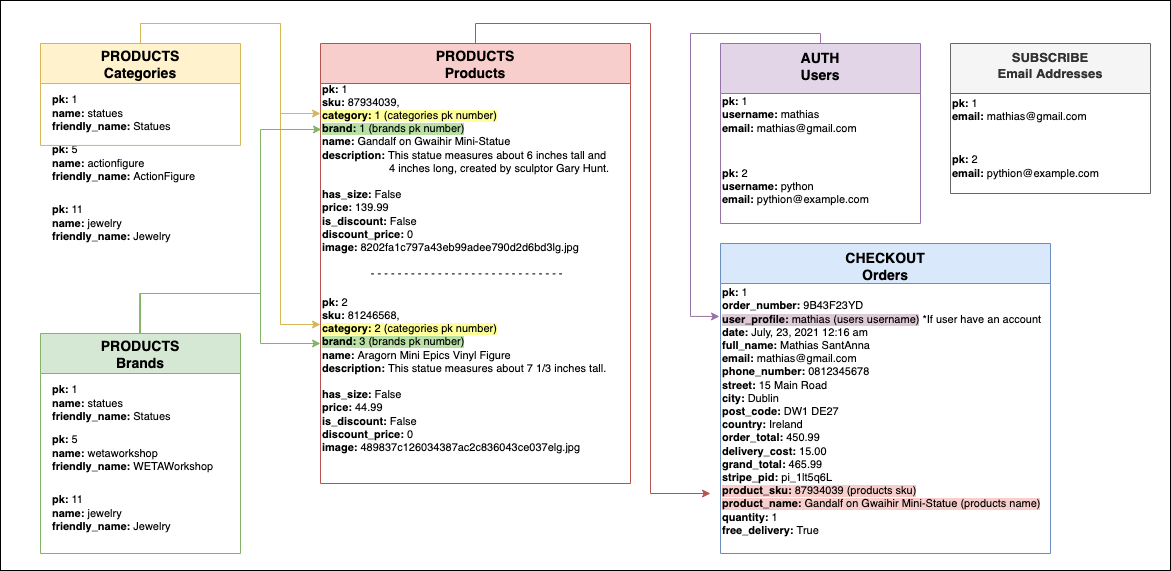
Before: readme/ux/back-end-chart.png, a diagram exported from draw.io (Mathias-SantAnna/lotr-collectibles). Source tidied: cells renumbered, new cells last; positions are measured from the earlier drawing's top-left corner, leaving out a move shared by most shapes. Its diagram source:
```xml
<mxGraphModel>
  <root>
    <mxCell id="0" />
    <mxCell id="1" parent="0" />
    <mxCell id="2" style="whiteSpace=wrap;html=1;rounded=0;glass=0;fontFamily=Verdana;fontSize=12;align=left;verticalAlign=top;" parent="1" vertex="1">
      <mxGeometry width="1170" height="570" as="geometry" />
    </mxCell>
    <mxCell id="3" style="group;" parent="1" vertex="1">
      <mxGeometry x="40" y="43" width="200" height="220" as="geometry" />
    </mxCell>
    <mxCell id="4" value="&lt;b&gt;pk:&lt;/b&gt; 11&lt;br&gt;&lt;div&gt;&lt;b&gt;name:&lt;/b&gt; jewelry &lt;/div&gt;&lt;div&gt;&lt;b&gt;friendly_name:&lt;/b&gt; Jewelry &lt;/div&gt;" style="text;html=1;align=left;verticalAlign=middle;strokeColor=none;fillColor=none;fontSize=11;" parent="3" vertex="1">
      <mxGeometry x="10" y="160" width="130" height="40" as="geometry" />
    </mxCell>
    <mxCell id="5" value="&lt;b&gt;pk:&lt;/b&gt; 5&lt;br&gt;&lt;div&gt;&lt;b&gt;name:&lt;/b&gt; actionfigure&lt;br&gt;&lt;/div&gt;&lt;div&gt;&lt;b&gt;friendly_name:&lt;/b&gt; ActionFigure&lt;br&gt;&lt;/div&gt;" style="text;html=1;align=left;verticalAlign=middle;strokeColor=none;fillColor=none;fontSize=11;" parent="3" vertex="1">
      <mxGeometry x="10" y="100" width="160" height="40" as="geometry" />
    </mxCell>
    <mxCell id="6" value="&lt;b&gt;pk:&lt;/b&gt; 1&lt;br&gt;&lt;div&gt;&lt;b&gt;name:&lt;/b&gt; statues&lt;/div&gt;&lt;div&gt;&lt;b&gt;friendly_name:&lt;/b&gt; Statues&lt;br&gt;&lt;/div&gt;" style="text;html=1;align=left;verticalAlign=middle;strokeColor=none;fillColor=none;fontSize=11;" parent="3" vertex="1">
      <mxGeometry x="10" y="50" width="130" height="40" as="geometry" />
    </mxCell>
    <mxCell id="7" value="PRODUCTS&#10;Categories" style="swimlane;fontStyle=1;horizontal=1;startSize=40;align=center;fontSize=14;fillColor=#fff2cc;strokeColor=#d6b656;" parent="3" vertex="1">
      <mxGeometry width="200" height="101.9" as="geometry" />
    </mxCell>
    <mxCell id="8" style="group;" parent="1" vertex="1">
      <mxGeometry x="40" y="333" width="200" height="220" as="geometry" />
    </mxCell>
    <mxCell id="9" value="&lt;b&gt;pk:&lt;/b&gt; 11&lt;br&gt;&lt;div&gt;&lt;b&gt;name:&lt;/b&gt; jewelry &lt;/div&gt;&lt;div&gt;&lt;b&gt;friendly_name:&lt;/b&gt; Jewelry &lt;/div&gt;" style="text;html=1;align=left;verticalAlign=middle;strokeColor=none;fillColor=none;fontSize=11;" parent="8" vertex="1">
      <mxGeometry x="10" y="160" width="130" height="40" as="geometry" />
    </mxCell>
    <mxCell id="10" value="&lt;b&gt;pk:&lt;/b&gt; 5&lt;br&gt;&lt;div&gt;&lt;b&gt;name:&lt;/b&gt; wetaworkshop&lt;br&gt;&lt;/div&gt;&lt;div&gt;&lt;b&gt;friendly_name:&lt;/b&gt; WETAWorkshop&lt;br&gt;&lt;/div&gt;" style="text;html=1;align=left;verticalAlign=middle;strokeColor=none;fillColor=none;fontSize=11;" parent="8" vertex="1">
      <mxGeometry x="10" y="100" width="180" height="40" as="geometry" />
    </mxCell>
    <mxCell id="11" value="&lt;b&gt;pk:&lt;/b&gt; 1&lt;br&gt;&lt;div&gt;&lt;b&gt;name:&lt;/b&gt; statues&lt;/div&gt;&lt;div&gt;&lt;b&gt;friendly_name:&lt;/b&gt; Statues&lt;br&gt;&lt;/div&gt;" style="text;html=1;align=left;verticalAlign=middle;strokeColor=none;fillColor=none;fontSize=11;" parent="8" vertex="1">
      <mxGeometry x="10" y="50" width="130" height="40" as="geometry" />
    </mxCell>
    <mxCell id="12" value="PRODUCTS&#10;Brands" style="swimlane;fontStyle=1;horizontal=1;startSize=40;align=center;fontSize=14;fillColor=#d5e8d4;strokeColor=#82b366;" parent="8" vertex="1">
      <mxGeometry width="200" height="220" as="geometry" />
    </mxCell>
    <mxCell id="13" style="group;" parent="1" vertex="1">
      <mxGeometry x="320" y="43" width="310" height="450" as="geometry" />
    </mxCell>
    <mxCell id="14" value="PRODUCTS&#10;Products" style="swimlane;fontStyle=1;horizontal=1;startSize=40;align=center;fontSize=14;fillColor=#f8cecc;strokeColor=#b85450;" parent="13" vertex="1">
      <mxGeometry width="310" height="440" as="geometry" />
    </mxCell>
    <mxCell id="15" value="&lt;b&gt;pk:&lt;/b&gt; 1&lt;br&gt;&lt;div&gt;&lt;b&gt;sku:&lt;/b&gt; 87934039,&lt;/div&gt;&lt;div&gt;&lt;span style=&quot;background-color: rgb(255 , 255 , 153)&quot;&gt;&lt;b&gt;category:&lt;/b&gt; 1 (categories pk number)&lt;/span&gt;&lt;/div&gt;&lt;div&gt;&lt;span style=&quot;background-color: rgb(185 , 224 , 165)&quot;&gt;&lt;b&gt;brand:&lt;/b&gt; 1 (brands pk number)&lt;/span&gt;&lt;/div&gt;&lt;div&gt;&lt;b&gt;name:&lt;/b&gt; Gandalf on Gwaihir Mini-Statue&lt;/div&gt;&lt;div&gt;&lt;b&gt;description:&lt;/b&gt; This statue measures about 6 inches tall and&lt;/div&gt;&lt;div&gt;&lt;span&gt;&#9;&lt;/span&gt;&lt;span&gt;&#9;&lt;/span&gt;&lt;span&gt;&lt;span&gt;      &lt;span style=&quot;white-space: pre&quot;&gt;&#9;&lt;/span&gt;&lt;span style=&quot;white-space: pre&quot;&gt;&#9;&lt;/span&gt;&lt;span style=&quot;white-space: pre&quot;&gt;      &lt;/span&gt;4 inches long, created by sculptor Gary Hunt.&lt;/span&gt;&lt;/span&gt;&lt;/div&gt;&lt;div&gt;&lt;span&gt;&lt;span&gt;&lt;b&gt;&lt;br&gt;&lt;/b&gt;&lt;/span&gt;&lt;/span&gt;&lt;/div&gt;&lt;div&gt;&lt;span&gt;&lt;span&gt;&lt;b&gt;has_size:&lt;/b&gt; False&lt;/span&gt;&lt;/span&gt;&lt;/div&gt;&lt;div&gt;&lt;span&gt;&lt;span&gt;&lt;b&gt;price:&lt;/b&gt; 139.99&lt;/span&gt;&lt;/span&gt;&lt;/div&gt;&lt;div&gt;&lt;span&gt;&lt;span&gt;&lt;b&gt;is_discount:&lt;/b&gt; False&lt;/span&gt;&lt;/span&gt;&lt;/div&gt;&lt;div&gt;&lt;span&gt;&lt;span&gt;&lt;b&gt;discount_price:&lt;/b&gt; 0&lt;/span&gt;&lt;/span&gt;&lt;/div&gt;&lt;div&gt;&lt;span&gt;&lt;span&gt;&lt;b&gt;image:&lt;/b&gt; 8202fa1c797a43eb99adee790d2d6bd3lg.jpg&lt;br&gt;&lt;/span&gt;&lt;/span&gt;&lt;/div&gt;&lt;div&gt;&lt;span&gt;&lt;span&gt;&lt;br&gt;&lt;/span&gt;&lt;/span&gt;&lt;/div&gt;&lt;div&gt;&amp;nbsp;&amp;nbsp;&amp;nbsp;&amp;nbsp;&amp;nbsp;&amp;nbsp;&amp;nbsp;&amp;nbsp;&amp;nbsp;&amp;nbsp;&amp;nbsp;&amp;nbsp;&amp;nbsp;&amp;nbsp;&amp;nbsp; - - - - - - - - - - - - - - - - - - - - - - - - - - - - -&lt;/div&gt;&lt;div&gt;&lt;br&gt;&lt;/div&gt;" style="text;html=1;align=left;verticalAlign=middle;points=[];strokeColor=none;fillColor=none;fontSize=11;rounded=0;glass=0;" parent="14" vertex="1">
      <mxGeometry y="40" width="310" height="210" as="geometry" />
    </mxCell>
    <mxCell id="16" value="&lt;b&gt;pk:&lt;/b&gt; 2&lt;br&gt;&lt;div&gt;&lt;b&gt;sku:&lt;/b&gt; 81246568,&lt;/div&gt;&lt;div&gt;&lt;span style=&quot;background-color: rgb(255 , 255 , 153)&quot;&gt;&lt;b&gt;category:&lt;/b&gt; 2 (categories pk number)&lt;/span&gt;&lt;/div&gt;&lt;div&gt;&lt;span style=&quot;background-color: rgb(185 , 224 , 165)&quot;&gt;&lt;b&gt;brand:&lt;/b&gt; 3 (brands pk number)&lt;/span&gt;&lt;/div&gt;&lt;div&gt;&lt;b&gt;name:&lt;/b&gt; Aragorn Mini Epics Vinyl Figure&lt;br&gt;&lt;/div&gt;&lt;div&gt;&lt;b&gt;description:&lt;/b&gt; This statue measures about 7 1/3 inches tall&lt;span&gt;&lt;span&gt;.&lt;/span&gt;&lt;/span&gt;&lt;/div&gt;&lt;div&gt;&lt;span&gt;&lt;span&gt;&lt;b&gt;&lt;br&gt;&lt;/b&gt;&lt;/span&gt;&lt;/span&gt;&lt;/div&gt;&lt;div&gt;&lt;span&gt;&lt;span&gt;&lt;b&gt;has_size:&lt;/b&gt; False&lt;/span&gt;&lt;/span&gt;&lt;/div&gt;&lt;div&gt;&lt;span&gt;&lt;span&gt;&lt;b&gt;price:&lt;/b&gt; 44.99&lt;/span&gt;&lt;/span&gt;&lt;/div&gt;&lt;div&gt;&lt;span&gt;&lt;span&gt;&lt;b&gt;is_discount:&lt;/b&gt; False&lt;/span&gt;&lt;/span&gt;&lt;/div&gt;&lt;div&gt;&lt;span&gt;&lt;span&gt;&lt;b&gt;discount_price:&lt;/b&gt; 0&lt;/span&gt;&lt;/span&gt;&lt;/div&gt;&lt;div&gt;&lt;span&gt;&lt;span&gt;&lt;b&gt;image:&lt;/b&gt; 489837c126034387ac2c836043ce037elg.jpg&lt;br&gt;&lt;/span&gt;&lt;/span&gt;&lt;/div&gt;&lt;div&gt;&lt;span&gt;&lt;span&gt;&lt;br&gt;&lt;/span&gt;&lt;/span&gt;&lt;/div&gt;&lt;div&gt;&lt;span&gt;&lt;span&gt;&lt;br&gt;&lt;/span&gt;&lt;/span&gt;&lt;/div&gt;" style="text;html=1;align=left;verticalAlign=middle;strokeColor=none;fillColor=none;fontSize=11;rounded=0;glass=0;" parent="14" vertex="1">
      <mxGeometry y="250" width="310" height="190" as="geometry" />
    </mxCell>
    <mxCell id="17" style="edgeStyle=orthogonalEdgeStyle;rounded=0;orthogonalLoop=1;jettySize=auto;html=1;fontSize=11;fillColor=#fff2cc;strokeColor=#d6b656;" parent="1" edge="1">
      <mxGeometry relative="1" as="geometry">
        <mxPoint x="140" y="43" as="sourcePoint" />
        <mxPoint x="320" y="324" as="targetPoint" />
        <Array as="points">
          <mxPoint x="140" y="23" />
          <mxPoint x="280" y="23" />
          <mxPoint x="280" y="324" />
        </Array>
      </mxGeometry>
    </mxCell>
    <mxCell id="18" style="edgeStyle=orthogonalEdgeStyle;rounded=0;jettySize=auto;html=1;fontSize=11;entryX=0.003;entryY=0.219;entryDx=0;entryDy=0;entryPerimeter=0;exitX=0.5;exitY=0;exitDx=0;exitDy=0;fillColor=#d5e8d4;strokeColor=#82b366;" parent="1" edge="1" source="12" target="15">
      <mxGeometry relative="1" as="geometry">
        <Array as="points">
          <mxPoint x="140" y="293" />
          <mxPoint x="260" y="293" />
          <mxPoint x="260" y="129" />
        </Array>
      </mxGeometry>
    </mxCell>
    <mxCell id="19" style="edgeStyle=orthogonalEdgeStyle;rounded=0;orthogonalLoop=1;jettySize=auto;html=1;fontSize=11;exitX=0.5;exitY=0;exitDx=0;exitDy=0;fillColor=#d5e8d4;strokeColor=#82b366;" parent="1" edge="1">
      <mxGeometry relative="1" as="geometry">
        <mxPoint x="139.1" y="333" as="sourcePoint" />
        <mxPoint x="320" y="343" as="targetPoint" />
        <Array as="points">
          <mxPoint x="139" y="293" />
          <mxPoint x="260" y="293" />
          <mxPoint x="260" y="343" />
        </Array>
      </mxGeometry>
    </mxCell>
    <mxCell id="20" style="edgeStyle=orthogonalEdgeStyle;rounded=0;jettySize=auto;html=1;fontSize=11;entryX=-0.003;entryY=0.122;entryDx=0;entryDy=0;entryPerimeter=0;exitX=0.5;exitY=0;exitDx=0;exitDy=0;fillColor=#e1d5e7;strokeColor=#9673a6;" parent="1" edge="1" source="21" target="25">
      <mxGeometry relative="1" as="geometry">
        <Array as="points">
          <mxPoint x="820" y="33" />
          <mxPoint x="690" y="33" />
          <mxPoint x="690" y="316" />
        </Array>
      </mxGeometry>
    </mxCell>
    <mxCell id="21" value="AUTH&#10;Users&#10;" style="swimlane;fontStyle=1;horizontal=1;startSize=50;align=center;fontSize=14;rounded=0;glass=0;fillColor=#e1d5e7;strokeColor=#9673a6;verticalAlign=top;" parent="1" vertex="1">
      <mxGeometry x="720" y="43" width="200" height="180" as="geometry" />
    </mxCell>
    <mxCell id="22" value="&lt;div&gt;&lt;b&gt;pk:&lt;/b&gt; 1&lt;/div&gt;&lt;div&gt;&lt;b&gt;username:&lt;/b&gt; mathias&lt;/div&gt;&lt;div&gt;&lt;b&gt;email:&lt;/b&gt; mathias@gmail.com&lt;/div&gt;&lt;div&gt;&lt;br&gt;&lt;/div&gt;&lt;div&gt;&lt;br&gt;&lt;/div&gt;" style="text;html=1;align=left;verticalAlign=middle;strokeColor=none;fillColor=none;fontSize=11;" parent="21" vertex="1">
      <mxGeometry y="50" width="200" height="70" as="geometry" />
    </mxCell>
    <mxCell id="23" value="&lt;div&gt;&lt;b&gt;pk:&lt;/b&gt; 2&lt;br&gt;&lt;/div&gt;&lt;div&gt;&lt;b&gt;username:&lt;/b&gt; python&lt;/div&gt;&lt;div&gt;&lt;b&gt;email:&lt;/b&gt; pythion@example.com&lt;/div&gt;&lt;div&gt;&lt;br&gt;&lt;/div&gt;" style="text;html=1;align=left;verticalAlign=middle;strokeColor=none;fillColor=none;fontSize=11;" parent="21" vertex="1">
      <mxGeometry y="120" width="200" height="60" as="geometry" />
    </mxCell>
    <mxCell id="24" value="CHECKOUT&#10;Orders&#10;" style="swimlane;fontStyle=1;horizontal=1;startSize=40;align=center;fontSize=14;fillColor=#dae8fc;strokeColor=#6c8ebf;verticalAlign=top;" parent="1" vertex="1">
      <mxGeometry x="720" y="243" width="330" height="310" as="geometry" />
    </mxCell>
    <mxCell id="25" value="&lt;div&gt;&lt;b&gt;pk:&lt;/b&gt; 1&lt;/div&gt;&lt;div&gt;&lt;div&gt;&lt;span&gt;&lt;span&gt;&lt;b&gt;order_number:&lt;/b&gt; 9B43F23YD&lt;/span&gt;&lt;/span&gt;&lt;/div&gt;&lt;div&gt;&lt;span&gt;&lt;span&gt;&lt;span style=&quot;background-color: rgb(222 , 201 , 214)&quot;&gt;&lt;b&gt;user_profile:&lt;/b&gt; mathias (users username)&lt;/span&gt; *If user have an account&lt;br&gt;&lt;/span&gt;&lt;/span&gt;&lt;/div&gt;&lt;div&gt;&lt;span&gt;&lt;span&gt;&lt;b&gt;date:&lt;/b&gt; July, 23, 2021 12:16 am&lt;br&gt;&lt;/span&gt;&lt;/span&gt;&lt;/div&gt;&lt;div&gt;&lt;span&gt;&lt;span&gt;&lt;b&gt;full_name:&lt;/b&gt; Mathias SantAnna&lt;br&gt;&lt;/span&gt;&lt;/span&gt;&lt;/div&gt;&lt;span&gt;&lt;span&gt;&lt;b&gt;email:&lt;/b&gt; mathias@gmail.com&lt;/span&gt;&lt;/span&gt;&lt;/div&gt;&lt;div&gt;&lt;span&gt;&lt;span&gt;&lt;b&gt;phone_number:&lt;/b&gt; 0812345678&lt;br&gt;&lt;/span&gt;&lt;/span&gt;&lt;/div&gt;&lt;div&gt;&lt;span&gt;&lt;span&gt;&lt;b&gt;street: &lt;/b&gt;15 Main Road&lt;/span&gt;&lt;/span&gt;&lt;/div&gt;&lt;div&gt;&lt;span&gt;&lt;span&gt;&lt;b&gt;city:&lt;/b&gt; Dublin&lt;/span&gt;&lt;/span&gt;&lt;/div&gt;&lt;div&gt;&lt;span&gt;&lt;span&gt;&lt;b&gt;post_code:&lt;/b&gt; DW1 DE27&lt;br&gt;&lt;/span&gt;&lt;/span&gt;&lt;/div&gt;&lt;div&gt;&lt;span&gt;&lt;span&gt;&lt;b&gt;country:&lt;/b&gt; Ireland&lt;/span&gt;&lt;/span&gt;&lt;/div&gt;&lt;div&gt;&lt;span&gt;&lt;span&gt;&lt;b&gt;order_total:&lt;/b&gt; 450.99&lt;/span&gt;&lt;/span&gt;&lt;/div&gt;&lt;div&gt;&lt;span&gt;&lt;span&gt;&lt;b&gt;delivery_cost:&lt;/b&gt; 15.00&lt;/span&gt;&lt;/span&gt;&lt;/div&gt;&lt;div&gt;&lt;span&gt;&lt;span&gt;&lt;b&gt;grand_total:&lt;/b&gt; 465.99&lt;/span&gt;&lt;/span&gt;&lt;/div&gt;&lt;div&gt;&lt;span&gt;&lt;span&gt;&lt;b&gt;stripe_pid:&lt;/b&gt; pi_1lt5q6L&lt;br&gt;&lt;/span&gt;&lt;/span&gt;&lt;/div&gt;&lt;div&gt;&lt;span style=&quot;background-color: rgb(248 , 206 , 204)&quot;&gt;&lt;b&gt;product_sku:&lt;/b&gt; 87934039 (products sku)&lt;br&gt;&lt;/span&gt;&lt;/div&gt;&lt;div&gt;&lt;span style=&quot;background-color: rgb(248 , 206 , 204)&quot;&gt;&lt;b&gt;product_name:&lt;/b&gt; Gandalf on Gwaihir Mini-Statue (products name)&lt;/span&gt;&lt;br&gt;&lt;/div&gt;&lt;div&gt;&lt;b&gt;quantity: &lt;/b&gt;1&lt;/div&gt;&lt;div&gt;&lt;b&gt;free_delivery:&lt;/b&gt; True&lt;br&gt;&lt;/div&gt;&lt;div&gt;&lt;br&gt;&lt;/div&gt;" style="text;html=1;align=left;verticalAlign=middle;points=[];strokeColor=none;fillColor=none;fontSize=11;rounded=0;glass=0;" parent="24" vertex="1">
      <mxGeometry y="40" width="330" height="270" as="geometry" />
    </mxCell>
    <mxCell id="26" style="edgeStyle=orthogonalEdgeStyle;rounded=0;jettySize=auto;html=1;fontSize=11;fillColor=#f8cecc;strokeColor=#b85450;exitX=0.5;exitY=0;exitDx=0;exitDy=0;" parent="1" edge="1" source="14">
      <mxGeometry relative="1" as="geometry">
        <mxPoint x="710" y="493" as="targetPoint" />
        <Array as="points">
          <mxPoint x="475" y="23" />
          <mxPoint x="650" y="23" />
          <mxPoint x="650" y="493" />
        </Array>
      </mxGeometry>
    </mxCell>
    <mxCell id="27" value="SUBSCRIBE&#10;Email Addresses&#10;" style="swimlane;fontStyle=1;horizontal=1;startSize=50;align=center;fontSize=13;rounded=0;glass=0;fillColor=#f5f5f5;strokeColor=#666666;verticalAlign=top;fontColor=#333333;" parent="1" vertex="1">
      <mxGeometry x="950" y="43" width="200" height="150" as="geometry" />
    </mxCell>
    <mxCell id="28" value="&lt;div&gt;&lt;b&gt;pk:&lt;/b&gt; 1&lt;/div&gt;&lt;div&gt;&lt;b&gt;email:&lt;/b&gt; mathias@gmail.com&lt;/div&gt;&lt;div&gt;&lt;br&gt;&lt;/div&gt;&lt;div&gt;&lt;br&gt;&lt;/div&gt;" style="text;html=1;align=left;verticalAlign=middle;strokeColor=none;fillColor=none;fontSize=11;" parent="27" vertex="1">
      <mxGeometry y="50" width="200" height="60" as="geometry" />
    </mxCell>
    <mxCell id="29" value="&lt;div&gt;&lt;b&gt;pk:&lt;/b&gt; 2&lt;br&gt;&lt;/div&gt;&lt;div&gt;&lt;b&gt;email:&lt;/b&gt; pythion@example.com&lt;/div&gt;&lt;div&gt;&lt;br&gt;&lt;/div&gt;" style="text;html=1;align=left;verticalAlign=middle;strokeColor=none;fillColor=none;fontSize=11;" parent="27" vertex="1">
      <mxGeometry y="110" width="200" height="40" as="geometry" />
    </mxCell>
    <mxCell id="30" style="edgeStyle=orthogonalEdgeStyle;rounded=0;orthogonalLoop=1;jettySize=auto;html=1;fontSize=11;fillColor=#fff2cc;strokeColor=#d6b656;" parent="1" edge="1">
      <mxGeometry relative="1" as="geometry">
        <mxPoint x="140" y="43" as="sourcePoint" />
        <mxPoint x="320" y="113" as="targetPoint" />
        <Array as="points">
          <mxPoint x="140" y="23" />
          <mxPoint x="280" y="23" />
          <mxPoint x="280" y="113" />
        </Array>
      </mxGeometry>
    </mxCell>
  </root>
</mxGraphModel>
```
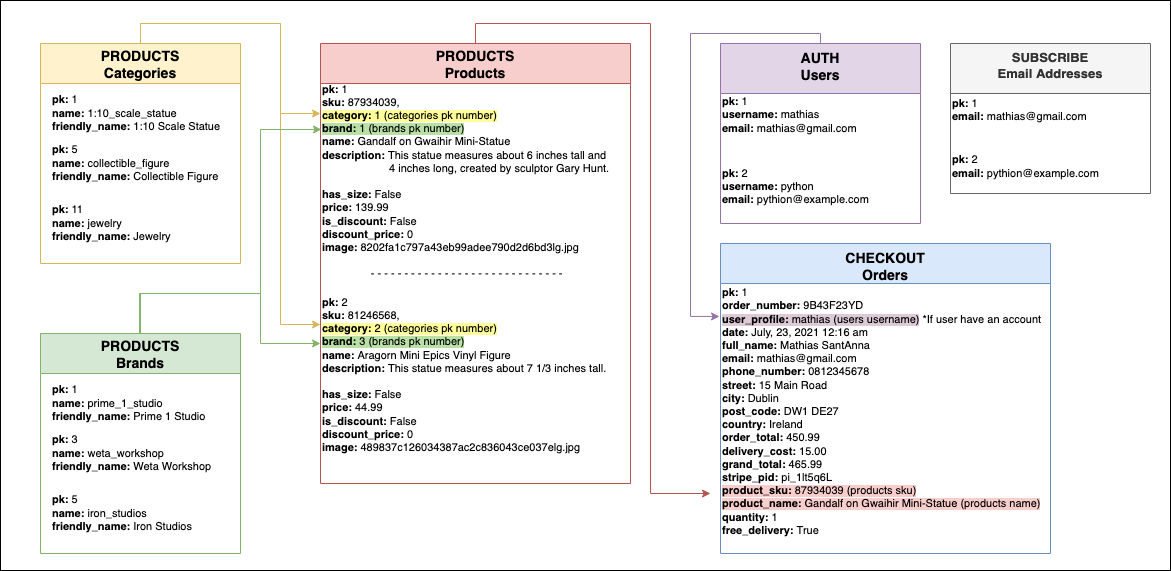
Later version of the same file.

The edit, as a diff of the source:
```diff
@@ -11,26 +11,26 @@
     <mxCell id="4" value="&lt;b&gt;pk:&lt;/b&gt; 11&lt;br&gt;&lt;div&gt;&lt;b&gt;name:&lt;/b&gt; jewelry &lt;/div&gt;&lt;div&gt;&lt;b&gt;friendly_name:&lt;/b&gt; Jewelry &lt;/div&gt;" style="text;html=1;align=left;verticalAlign=middle;strokeColor=none;fillColor=none;fontSize=11;" parent="3" vertex="1">
       <mxGeometry x="10" y="160" width="130" height="40" as="geometry" />
     </mxCell>
-    <mxCell id="5" value="&lt;b&gt;pk:&lt;/b&gt; 5&lt;br&gt;&lt;div&gt;&lt;b&gt;name:&lt;/b&gt; actionfigure&lt;br&gt;&lt;/div&gt;&lt;div&gt;&lt;b&gt;friendly_name:&lt;/b&gt; ActionFigure&lt;br&gt;&lt;/div&gt;" style="text;html=1;align=left;verticalAlign=middle;strokeColor=none;fillColor=none;fontSize=11;" parent="3" vertex="1">
-      <mxGeometry x="10" y="100" width="160" height="40" as="geometry" />
+    <mxCell id="5" value="&lt;b&gt;pk:&lt;/b&gt; 5&lt;br&gt;&lt;div&gt;&lt;b&gt;name:&lt;/b&gt; collectible_figure&lt;br&gt;&lt;/div&gt;&lt;div&gt;&lt;b&gt;friendly_name:&lt;/b&gt; Collectible Figure&lt;br&gt;&lt;/div&gt;" style="text;html=1;align=left;verticalAlign=middle;strokeColor=none;fillColor=none;fontSize=11;" parent="3" vertex="1">
+      <mxGeometry x="10" y="100" width="180" height="40" as="geometry" />
     </mxCell>
-    <mxCell id="6" value="&lt;b&gt;pk:&lt;/b&gt; 1&lt;br&gt;&lt;div&gt;&lt;b&gt;name:&lt;/b&gt; statues&lt;/div&gt;&lt;div&gt;&lt;b&gt;friendly_name:&lt;/b&gt; Statues&lt;br&gt;&lt;/div&gt;" style="text;html=1;align=left;verticalAlign=middle;strokeColor=none;fillColor=none;fontSize=11;" parent="3" vertex="1">
-      <mxGeometry x="10" y="50" width="130" height="40" as="geometry" />
+    <mxCell id="6" value="&lt;b&gt;pk:&lt;/b&gt; 1&lt;br&gt;&lt;div&gt;&lt;b&gt;name:&lt;/b&gt; 1:10_scale_statue&lt;br&gt;&lt;/div&gt;&lt;div&gt;&lt;b&gt;friendly_name:&lt;/b&gt; 1:10 Scale Statue&lt;/div&gt;" style="text;html=1;align=left;verticalAlign=middle;strokeColor=none;fillColor=none;fontSize=11;" parent="3" vertex="1">
+      <mxGeometry x="10" y="50" width="180" height="40" as="geometry" />
     </mxCell>
     <mxCell id="7" value="PRODUCTS&#10;Categories" style="swimlane;fontStyle=1;horizontal=1;startSize=40;align=center;fontSize=14;fillColor=#fff2cc;strokeColor=#d6b656;" parent="3" vertex="1">
-      <mxGeometry width="200" height="101.9" as="geometry" />
+      <mxGeometry width="200" height="220" as="geometry" />
     </mxCell>
     <mxCell id="8" style="group;" parent="1" vertex="1">
       <mxGeometry x="40" y="333" width="200" height="220" as="geometry" />
     </mxCell>
-    <mxCell id="9" value="&lt;b&gt;pk:&lt;/b&gt; 11&lt;br&gt;&lt;div&gt;&lt;b&gt;name:&lt;/b&gt; jewelry &lt;/div&gt;&lt;div&gt;&lt;b&gt;friendly_name:&lt;/b&gt; Jewelry &lt;/div&gt;" style="text;html=1;align=left;verticalAlign=middle;strokeColor=none;fillColor=none;fontSize=11;" parent="8" vertex="1">
-      <mxGeometry x="10" y="160" width="130" height="40" as="geometry" />
+    <mxCell id="9" value="&lt;b&gt;pk:&lt;/b&gt; 5&lt;br&gt;&lt;div&gt;&lt;b&gt;name:&lt;/b&gt; iron_studios &lt;/div&gt;&lt;div&gt;&lt;b&gt;friendly_name:&lt;/b&gt; Iron Studios &lt;/div&gt;" style="text;html=1;align=left;verticalAlign=middle;strokeColor=none;fillColor=none;fontSize=11;" parent="8" vertex="1">
+      <mxGeometry x="10" y="160" width="160" height="40" as="geometry" />
     </mxCell>
-    <mxCell id="10" value="&lt;b&gt;pk:&lt;/b&gt; 5&lt;br&gt;&lt;div&gt;&lt;b&gt;name:&lt;/b&gt; wetaworkshop&lt;br&gt;&lt;/div&gt;&lt;div&gt;&lt;b&gt;friendly_name:&lt;/b&gt; WETAWorkshop&lt;br&gt;&lt;/div&gt;" style="text;html=1;align=left;verticalAlign=middle;strokeColor=none;fillColor=none;fontSize=11;" parent="8" vertex="1">
-      <mxGeometry x="10" y="100" width="180" height="40" as="geometry" />
+    <mxCell id="10" value="&lt;b&gt;pk:&lt;/b&gt; 3&lt;br&gt;&lt;div&gt;&lt;b&gt;name:&lt;/b&gt; weta_workshop&lt;br&gt;&lt;/div&gt;&lt;div&gt;&lt;b&gt;friendly_name:&lt;/b&gt; Weta Workshop&lt;br&gt;&lt;/div&gt;" style="text;html=1;align=left;verticalAlign=middle;strokeColor=none;fillColor=none;fontSize=11;" parent="8" vertex="1">
+      <mxGeometry x="10" y="100" width="170" height="40" as="geometry" />
     </mxCell>
-    <mxCell id="11" value="&lt;b&gt;pk:&lt;/b&gt; 1&lt;br&gt;&lt;div&gt;&lt;b&gt;name:&lt;/b&gt; statues&lt;/div&gt;&lt;div&gt;&lt;b&gt;friendly_name:&lt;/b&gt; Statues&lt;br&gt;&lt;/div&gt;" style="text;html=1;align=left;verticalAlign=middle;strokeColor=none;fillColor=none;fontSize=11;" parent="8" vertex="1">
-      <mxGeometry x="10" y="50" width="130" height="40" as="geometry" />
+    <mxCell id="11" value="&lt;b&gt;pk:&lt;/b&gt; 1&lt;br&gt;&lt;div&gt;&lt;b&gt;name:&lt;/b&gt; prime_1_studio&lt;/div&gt;&lt;div&gt;&lt;b&gt;friendly_name:&lt;/b&gt; Prime 1 Studio&lt;br&gt;&lt;/div&gt;" style="text;html=1;align=left;verticalAlign=middle;strokeColor=none;fillColor=none;fontSize=11;" parent="8" vertex="1">
+      <mxGeometry x="10" y="50" width="170" height="40" as="geometry" />
     </mxCell>
     <mxCell id="12" value="PRODUCTS&#10;Brands" style="swimlane;fontStyle=1;horizontal=1;startSize=40;align=center;fontSize=14;fillColor=#d5e8d4;strokeColor=#82b366;" parent="8" vertex="1">
       <mxGeometry width="200" height="220" as="geometry" />
```
